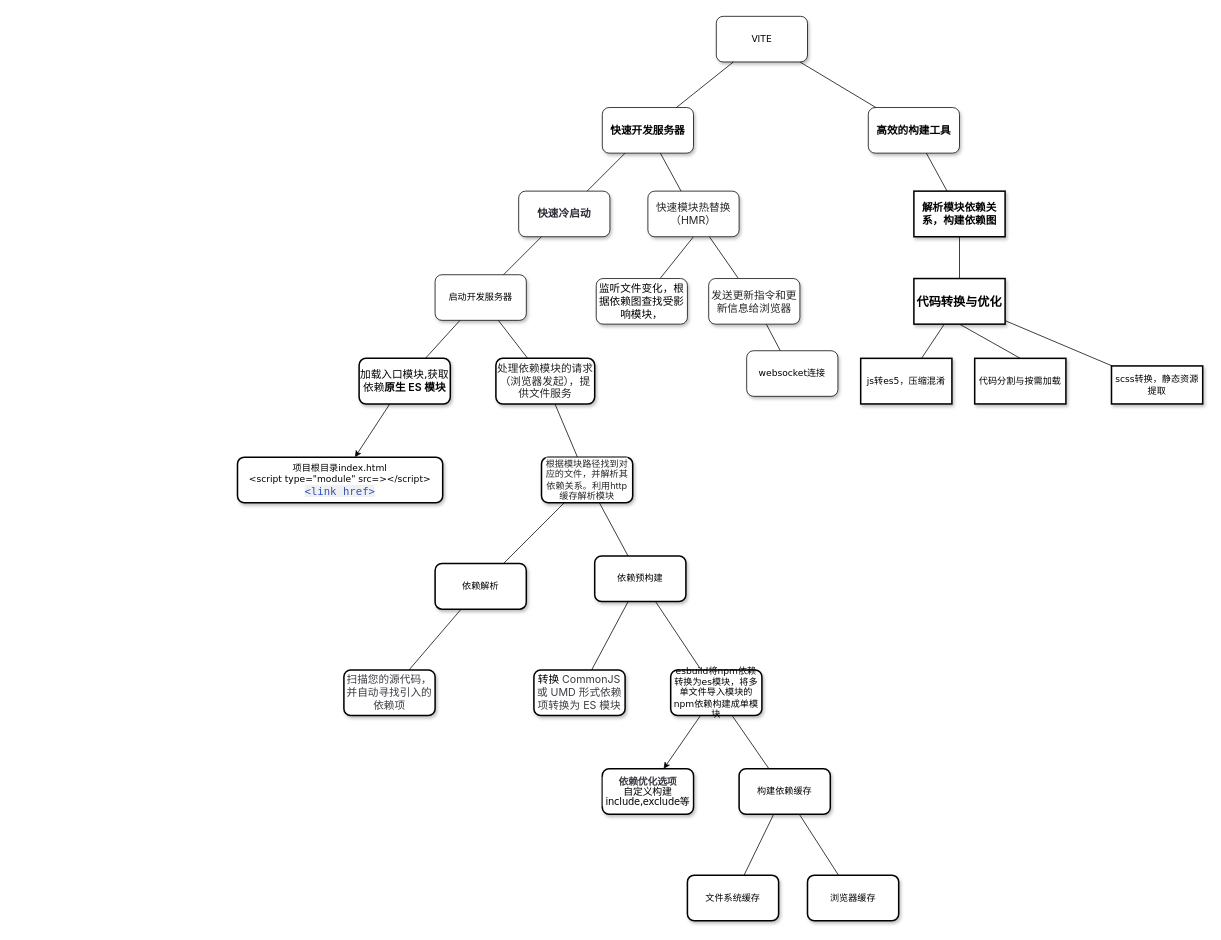
The draw.io diagram 未命名绘图.drawio in siyuejiwang/tools, before the edit. Source tidied: cells renumbered, new cells numbered last; positions are measured from the earlier drawing's top-left corner, leaving out a move shared by most shapes. Both pictures are drawn from the tidied source at 76%, with x=0, y=0 at pixel (237, 16).
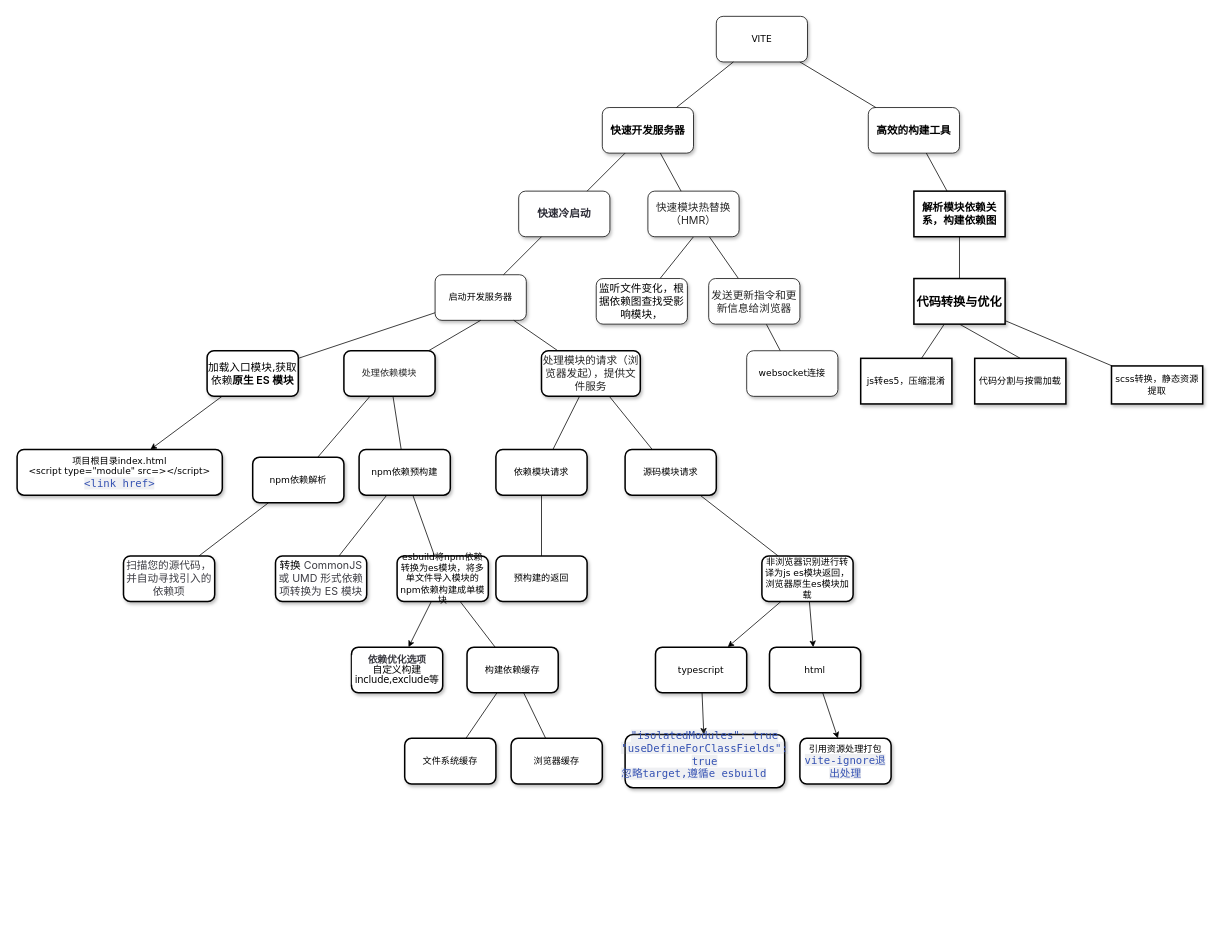
The same diagram, later.

Commit message:
更新未命名绘图.drawio

The change refers to these unchanged cells:
```xml
<mxCell id="13" value="&lt;span&gt;启动开发服务器&lt;/span&gt;" style="whiteSpace=wrap;html=1;rounded=1;shadow=1;labelBackgroundColor=none;strokeWidth=1;fontFamily=Verdana;fontSize=12;align=center;" parent="1" vertex="1">
  <mxGeometry x="260" y="340" width="120" height="60" as="geometry" />
</mxCell>
```

The edit, as a diff of the source:
```diff
@@
     <mxCell id="19" value="&lt;font style=&quot;font-size: 14px;&quot;&gt;加载入口模块,获取依赖&lt;span style=&quot;-webkit-font-smoothing: antialiased; box-sizing: border-box; -webkit-tap-highlight-color: rgba(0, 0, 0, 0); font-weight: 600; color: initial; line-height: var(--md-box-samantha-normal-text-line-height); overflow-anchor: auto; font-family: Inter, -apple-system, &amp;quot;system-ui&amp;quot;, &amp;quot;Segoe UI&amp;quot;, &amp;quot;SF Pro SC&amp;quot;, &amp;quot;SF Pro Display&amp;quot;, &amp;quot;SF Pro Icons&amp;quot;, &amp;quot;PingFang SC&amp;quot;, &amp;quot;Hiragino Sans GB&amp;quot;, &amp;quot;Microsoft YaHei&amp;quot;, &amp;quot;Helvetica Neue&amp;quot;, Helvetica, Arial, sans-serif; text-align: left; background-color: rgb(255, 255, 255);&quot;&gt;原生 ES 模块&lt;/span&gt;&lt;/font&gt;" style="whiteSpace=wrap;html=1;rounded=1;shadow=1;labelBackgroundColor=none;strokeWidth=2;fontFamily=Verdana;fontSize=12;align=center;" parent="1" vertex="1">
-      <mxGeometry x="160" y="450" width="120" height="60" as="geometry" />
+      <mxGeometry x="-40" y="440" width="120" height="60" as="geometry" />
     </mxCell>
-    <mxCell id="20" style="rounded=0;jettySize=auto;html=1;endArrow=none;endFill=0;" parent="1" edge="1" source="21" target="26">
+    <mxCell id="20" style="rounded=0;jettySize=auto;html=1;endArrow=none;endFill=0;exitX=0.5;exitY=1;exitDx=0;exitDy=0;" parent="1" edge="1" source="13" target="26">
       <mxGeometry relative="1" as="geometry" />
     </mxCell>
+    <mxCell id="55" style="rounded=0;jettySize=auto;html=1;endArrow=none;endFill=0;" parent="1" edge="1" source="21" target="58">
+      <mxGeometry relative="1" as="geometry" />
+    </mxCell>
+    <mxCell id="56" style="rounded=0;jettySize=auto;html=1;endArrow=none;endFill=0;" parent="1" edge="1" source="21" target="60">
+      <mxGeometry relative="1" as="geometry" />
+    </mxCell>
-    <mxCell id="21" value="&lt;span style=&quot;color: rgba(0, 0, 0, 0.85); font-family: Inter, -apple-system, &amp;quot;system-ui&amp;quot;, &amp;quot;Segoe UI&amp;quot;, &amp;quot;SF Pro SC&amp;quot;, &amp;quot;SF Pro Display&amp;quot;, &amp;quot;SF Pro Icons&amp;quot;, &amp;quot;PingFang SC&amp;quot;, &amp;quot;Hiragino Sans GB&amp;quot;, &amp;quot;Microsoft YaHei&amp;quot;, &amp;quot;Helvetica Neue&amp;quot;, Helvetica, Arial, sans-serif; text-align: left; background-color: rgb(255, 255, 255);&quot;&gt;&lt;font style=&quot;font-size: 14px;&quot;&gt;处理依赖模块的请求（浏览器发起），提供文件服务&lt;/font&gt;&lt;/span&gt;" style="whiteSpace=wrap;html=1;rounded=1;shadow=1;labelBackgroundColor=none;strokeWidth=2;fontFamily=Verdana;fontSize=12;align=center;" parent="1" vertex="1">
-      <mxGeometry x="340" y="450" width="130" height="60" as="geometry" />
+    <mxCell id="21" value="&lt;span style=&quot;color: rgba(0, 0, 0, 0.85); font-family: Inter, -apple-system, &amp;quot;system-ui&amp;quot;, &amp;quot;Segoe UI&amp;quot;, &amp;quot;SF Pro SC&amp;quot;, &amp;quot;SF Pro Display&amp;quot;, &amp;quot;SF Pro Icons&amp;quot;, &amp;quot;PingFang SC&amp;quot;, &amp;quot;Hiragino Sans GB&amp;quot;, &amp;quot;Microsoft YaHei&amp;quot;, &amp;quot;Helvetica Neue&amp;quot;, Helvetica, Arial, sans-serif; text-align: left; background-color: rgb(255, 255, 255);&quot;&gt;&lt;font style=&quot;font-size: 14px;&quot;&gt;处理模块的请求（浏览器发起），提供文件服务&lt;/font&gt;&lt;/span&gt;" style="whiteSpace=wrap;html=1;rounded=1;shadow=1;labelBackgroundColor=none;strokeWidth=2;fontFamily=Verdana;fontSize=12;align=center;" parent="1" vertex="1">
+      <mxGeometry x="400" y="440" width="130" height="60" as="geometry" />
     </mxCell>
@@
-    <mxCell id="26" value="&lt;span style=&quot;color: rgba(0, 0, 0, 0.85); font-family: Inter, -apple-system, &amp;quot;system-ui&amp;quot;, &amp;quot;Segoe UI&amp;quot;, &amp;quot;SF Pro SC&amp;quot;, &amp;quot;SF Pro Display&amp;quot;, &amp;quot;SF Pro Icons&amp;quot;, &amp;quot;PingFang SC&amp;quot;, &amp;quot;Hiragino Sans GB&amp;quot;, &amp;quot;Microsoft YaHei&amp;quot;, &amp;quot;Helvetica Neue&amp;quot;, Helvetica, Arial, sans-serif; text-align: left; background-color: rgb(255, 255, 255);&quot;&gt;&lt;font style=&quot;font-size: 12px;&quot;&gt;根据模块路径找到对应的文件，并解析其依赖关系。利用http缓存解析模块&lt;/font&gt;&lt;/span&gt;" style="whiteSpace=wrap;html=1;fontFamily=Verdana;rounded=1;shadow=1;labelBackgroundColor=none;strokeWidth=2;" parent="1" vertex="1">
-      <mxGeometry x="400" y="580" width="120" height="60" as="geometry" />
+    <mxCell id="26" value="&lt;span style=&quot;color: rgba(0, 0, 0, 0.85); font-family: Inter, -apple-system, &amp;quot;system-ui&amp;quot;, &amp;quot;Segoe UI&amp;quot;, &amp;quot;SF Pro SC&amp;quot;, &amp;quot;SF Pro Display&amp;quot;, &amp;quot;SF Pro Icons&amp;quot;, &amp;quot;PingFang SC&amp;quot;, &amp;quot;Hiragino Sans GB&amp;quot;, &amp;quot;Microsoft YaHei&amp;quot;, &amp;quot;Helvetica Neue&amp;quot;, Helvetica, Arial, sans-serif; text-align: left; background-color: rgb(255, 255, 255);&quot;&gt;&lt;font style=&quot;font-size: 12px;&quot;&gt;处理依赖模块&lt;/font&gt;&lt;/span&gt;" style="whiteSpace=wrap;html=1;fontFamily=Verdana;rounded=1;shadow=1;labelBackgroundColor=none;strokeWidth=2;" parent="1" vertex="1">
+      <mxGeometry x="140" y="440" width="120" height="60" as="geometry" />
     </mxCell>
@@
     <mxCell id="38" value="项目根目录index.html&lt;div&gt;&amp;lt;script type=&quot;module&quot; src=&amp;gt;&amp;lt;/script&amp;gt;&lt;/div&gt;&lt;div&gt;&lt;span style=&quot;color: rgb(52, 81, 178); font-family: ui-monospace, Menlo, Monaco, Consolas, &amp;quot;Liberation Mono&amp;quot;, &amp;quot;Courier New&amp;quot;, monospace; font-size: 14px; text-align: start; background-color: rgba(142, 150, 170, 0.14);&quot;&gt;&amp;lt;link href&amp;gt;&lt;/span&gt;&lt;/div&gt;" style="whiteSpace=wrap;html=1;fontFamily=Verdana;rounded=1;shadow=1;labelBackgroundColor=none;strokeWidth=2;" parent="1" vertex="1">
-      <mxGeometry y="580" width="270" height="60" as="geometry" />
+      <mxGeometry x="-290" y="570" width="270" height="60" as="geometry" />
     </mxCell>
@@
-    <mxCell id="41" value="依赖预构建" style="whiteSpace=wrap;html=1;fontFamily=Verdana;rounded=1;shadow=1;labelBackgroundColor=none;strokeWidth=2;" parent="1" vertex="1">
-      <mxGeometry x="470" y="710" width="120" height="60" as="geometry" />
+    <mxCell id="41" value="npm依赖预构建" style="whiteSpace=wrap;html=1;fontFamily=Verdana;rounded=1;shadow=1;labelBackgroundColor=none;strokeWidth=2;" parent="1" vertex="1">
+      <mxGeometry x="160" y="570" width="120" height="60" as="geometry" />
     </mxCell>
@@
-    <mxCell id="43" value="依赖解析" style="whiteSpace=wrap;html=1;fontFamily=Verdana;rounded=1;shadow=1;labelBackgroundColor=none;strokeWidth=2;" parent="1" vertex="1">
-      <mxGeometry x="260" y="720" width="120" height="60" as="geometry" />
+    <mxCell id="43" value="npm依赖解析" style="whiteSpace=wrap;html=1;fontFamily=Verdana;rounded=1;shadow=1;labelBackgroundColor=none;strokeWidth=2;" parent="1" vertex="1">
+      <mxGeometry x="20" y="580" width="120" height="60" as="geometry" />
     </mxCell>
     <mxCell id="44" value="转换&lt;span style=&quot;color: rgb(60, 60, 67); font-family: &amp;quot;Punctuation SC&amp;quot;, Inter, ui-sans-serif, system-ui, sans-serif, &amp;quot;Apple Color Emoji&amp;quot;, &amp;quot;Segoe UI Emoji&amp;quot;, &amp;quot;Segoe UI Symbol&amp;quot;, &amp;quot;Noto Color Emoji&amp;quot;; font-size: 14px; text-align: left; background-color: rgb(255, 255, 255);&quot;&gt;&amp;nbsp;CommonJS 或 UMD 形式依赖项转换为 ES 模块&lt;/span&gt;" style="whiteSpace=wrap;html=1;fontFamily=Verdana;rounded=1;shadow=1;labelBackgroundColor=none;strokeWidth=2;fontSize=14;" parent="1" vertex="1">
-      <mxGeometry x="390" y="860" width="120" height="60" as="geometry" />
+      <mxGeometry x="50" y="710" width="120" height="60" as="geometry" />
     </mxCell>
@@
     <mxCell id="47" value="esbuild将npm依赖转换为es模块，将多单文件导入模块的npm依赖构建成单模块" style="whiteSpace=wrap;html=1;fontFamily=Verdana;rounded=1;shadow=1;labelBackgroundColor=none;strokeWidth=2;" parent="1" vertex="1">
-      <mxGeometry x="570" y="860" width="120" height="60" as="geometry" />
+      <mxGeometry x="210" y="710" width="120" height="60" as="geometry" />
     </mxCell>
@@
     <mxCell id="50" value="构建依赖缓存" style="whiteSpace=wrap;html=1;fontFamily=Verdana;rounded=1;shadow=1;labelBackgroundColor=none;strokeWidth=2;" parent="1" vertex="1">
-      <mxGeometry x="660" y="990" width="120" height="60" as="geometry" />
+      <mxGeometry x="302" y="830" width="120" height="60" as="geometry" />
     </mxCell>
     <mxCell id="51" value="文件系统缓存" style="whiteSpace=wrap;html=1;fontFamily=Verdana;rounded=1;shadow=1;labelBackgroundColor=none;strokeWidth=2;" parent="1" vertex="1">
-      <mxGeometry x="592" y="1130" width="120" height="60" as="geometry" />
+      <mxGeometry x="220" y="950" width="120" height="60" as="geometry" />
     </mxCell>
     <mxCell id="52" value="浏览器缓存" style="whiteSpace=wrap;html=1;fontFamily=Verdana;rounded=1;shadow=1;labelBackgroundColor=none;strokeWidth=2;" parent="1" vertex="1">
-      <mxGeometry x="750" y="1130" width="120" height="60" as="geometry" />
+      <mxGeometry x="360" y="950" width="120" height="60" as="geometry" />
     </mxCell>
     <mxCell id="53" value="&lt;h1 style=&quot;box-sizing: border-box; margin: 0px; line-height: 100%; overflow-wrap: break-word; position: relative; outline: none; letter-spacing: -0.02em; color: rgb(60, 60, 67); font-family: &amp;quot;Punctuation SC&amp;quot;, Inter, ui-sans-serif, system-ui, sans-serif, &amp;quot;Apple Color Emoji&amp;quot;, &amp;quot;Segoe UI Emoji&amp;quot;, &amp;quot;Segoe UI Symbol&amp;quot;, &amp;quot;Noto Color Emoji&amp;quot;; background-color: rgb(255, 255, 255); font-size: 13px;&quot; tabindex=&quot;-1&quot; id=&quot;dep-optimization-options&quot;&gt;&lt;font style=&quot;font-size: 13px;&quot;&gt;依赖优化选项&lt;/font&gt;&lt;/h1&gt;&lt;h1 style=&quot;box-sizing: border-box; margin: 0px; line-height: 100%; overflow-wrap: break-word; position: relative; outline: none; letter-spacing: -0.02em; color: rgb(60, 60, 67); font-family: &amp;quot;Punctuation SC&amp;quot;, Inter, ui-sans-serif, system-ui, sans-serif, &amp;quot;Apple Color Emoji&amp;quot;, &amp;quot;Segoe UI Emoji&amp;quot;, &amp;quot;Segoe UI Symbol&amp;quot;, &amp;quot;Noto Color Emoji&amp;quot;; background-color: rgb(255, 255, 255); font-size: 13px;&quot; tabindex=&quot;-1&quot; id=&quot;dep-optimization-options&quot;&gt;&lt;span style=&quot;background-color: initial; color: rgb(0, 0, 0); font-family: Verdana; font-weight: normal;&quot;&gt;&lt;font style=&quot;font-size: 13px;&quot;&gt;自定义构建include,exclude等&lt;/font&gt;&lt;/span&gt;&lt;/h1&gt;" style="whiteSpace=wrap;html=1;fontFamily=Verdana;rounded=1;shadow=1;labelBackgroundColor=none;strokeWidth=2;fontSize=14;align=center;" parent="1" vertex="1">
-      <mxGeometry x="480" y="990" width="120" height="60" as="geometry" />
+      <mxGeometry x="150" y="830" width="120" height="60" as="geometry" />
     </mxCell>
     <mxCell id="54" value="&lt;span style=&quot;color: rgb(60, 60, 67); font-family: &amp;quot;Punctuation SC&amp;quot;, Inter, ui-sans-serif, system-ui, sans-serif, &amp;quot;Apple Color Emoji&amp;quot;, &amp;quot;Segoe UI Emoji&amp;quot;, &amp;quot;Segoe UI Symbol&amp;quot;, &amp;quot;Noto Color Emoji&amp;quot;; font-size: 14px; text-align: start; background-color: rgb(255, 255, 255);&quot;&gt;扫描您的源代码，并自动寻找引入的依赖项&lt;/span&gt;" style="whiteSpace=wrap;html=1;fontFamily=Verdana;rounded=1;shadow=1;labelBackgroundColor=none;strokeWidth=2;fontSize=14;" parent="1" vertex="1">
-      <mxGeometry x="140" y="860" width="120" height="60" as="geometry" />
+      <mxGeometry x="-150" y="710" width="120" height="60" as="geometry" />
     </mxCell>
+    <mxCell id="57" style="rounded=0;jettySize=auto;html=1;endArrow=none;endFill=0;" parent="1" edge="1" source="58" target="64">
+      <mxGeometry relative="1" as="geometry" />
+    </mxCell>
+    <mxCell id="58" value="依赖模块请求" style="whiteSpace=wrap;html=1;fontFamily=Verdana;rounded=1;shadow=1;labelBackgroundColor=none;strokeWidth=2;" parent="1" vertex="1">
+      <mxGeometry x="340" y="570" width="120" height="60" as="geometry" />
+    </mxCell>
+    <mxCell id="59" style="rounded=0;jettySize=auto;html=1;endArrow=none;endFill=0;" parent="1" edge="1" source="60" target="63">
+      <mxGeometry relative="1" as="geometry" />
+    </mxCell>
+    <mxCell id="60" value="源码模块请求" style="whiteSpace=wrap;html=1;fontFamily=Verdana;rounded=1;shadow=1;labelBackgroundColor=none;strokeWidth=2;" parent="1" vertex="1">
+      <mxGeometry x="510" y="570" width="120" height="60" as="geometry" />
+    </mxCell>
+    <mxCell id="61" style="rounded=0;jettySize=auto;html=1;" parent="1" edge="1" source="63" target="66">
+      <mxGeometry relative="1" as="geometry" />
+    </mxCell>
+    <mxCell id="62" style="rounded=0;jettySize=auto;html=1;" parent="1" edge="1" source="63" target="68">
+      <mxGeometry relative="1" as="geometry" />
+    </mxCell>
+    <mxCell id="63" value="非浏览器识别进行转译为js es模块返回，浏览器原生es模块加载" style="whiteSpace=wrap;html=1;fontFamily=Verdana;rounded=1;shadow=1;labelBackgroundColor=none;strokeWidth=2;" parent="1" vertex="1">
+      <mxGeometry x="690" y="710" width="120" height="60" as="geometry" />
+    </mxCell>
+    <mxCell id="64" value="预构建的返回" style="whiteSpace=wrap;html=1;fontFamily=Verdana;rounded=1;shadow=1;labelBackgroundColor=none;strokeWidth=2;" parent="1" vertex="1">
+      <mxGeometry x="340" y="710" width="120" height="60" as="geometry" />
+    </mxCell>
+    <mxCell id="65" style="rounded=0;jettySize=auto;html=1;" parent="1" edge="1" source="66" target="69">
+      <mxGeometry relative="1" as="geometry" />
+    </mxCell>
+    <mxCell id="66" value="typescript" style="whiteSpace=wrap;html=1;fontFamily=Verdana;rounded=1;shadow=1;labelBackgroundColor=none;strokeWidth=2;" parent="1" vertex="1">
+      <mxGeometry x="550" y="830" width="120" height="60" as="geometry" />
+    </mxCell>
+    <mxCell id="67" style="rounded=0;jettySize=auto;html=1;" parent="1" edge="1" source="68" target="70">
+      <mxGeometry relative="1" as="geometry" />
+    </mxCell>
+    <mxCell id="68" value="html" style="whiteSpace=wrap;html=1;fontFamily=Verdana;rounded=1;shadow=1;labelBackgroundColor=none;strokeWidth=2;" parent="1" vertex="1">
+      <mxGeometry x="700" y="830" width="120" height="60" as="geometry" />
+    </mxCell>
+    <mxCell id="69" value="&lt;span style=&quot;color: rgb(52, 81, 178); font-family: ui-monospace, Menlo, Monaco, Consolas, &amp;quot;Liberation Mono&amp;quot;, &amp;quot;Courier New&amp;quot;, monospace; font-size: 14px; text-align: start; background-color: rgba(142, 150, 170, 0.14);&quot;&gt;&quot;isolatedModules&quot;: true&lt;/span&gt;&lt;div&gt;&lt;span style=&quot;color: rgb(52, 81, 178); font-family: ui-monospace, Menlo, Monaco, Consolas, &amp;quot;Liberation Mono&amp;quot;, &amp;quot;Courier New&amp;quot;, monospace; font-size: 14px; text-align: start; background-color: rgba(142, 150, 170, 0.14);&quot;&gt;&quot;useDefineForClassFields&quot;: true&lt;/span&gt;&lt;span style=&quot;color: rgb(52, 81, 178); font-family: ui-monospace, Menlo, Monaco, Consolas, &amp;quot;Liberation Mono&amp;quot;, &amp;quot;Courier New&amp;quot;, monospace; font-size: 14px; text-align: start; background-color: rgba(142, 150, 170, 0.14);&quot;&gt;&lt;/span&gt;&lt;/div&gt;&lt;div style=&quot;text-align: start;&quot;&gt;&lt;font face=&quot;ui-monospace, Menlo, Monaco, Consolas, Liberation Mono, Courier New, monospace&quot; color=&quot;#3451b2&quot;&gt;&lt;span style=&quot;font-size: 14px; background-color: rgba(142, 150, 170, 0.14);&quot;&gt;忽略target,遵循e esbuild&lt;/span&gt;&lt;/font&gt;&lt;/div&gt;&lt;div&gt;&lt;span style=&quot;color: rgb(52, 81, 178); font-family: ui-monospace, Menlo, Monaco, Consolas, &amp;quot;Liberation Mono&amp;quot;, &amp;quot;Courier New&amp;quot;, monospace; font-size: 14px; text-align: start; background-color: rgba(142, 150, 170, 0.14);&quot;&gt;&lt;br&gt;&lt;/span&gt;&lt;/div&gt;" style="whiteSpace=wrap;html=1;fontFamily=Verdana;rounded=1;shadow=1;labelBackgroundColor=none;strokeWidth=2;" parent="1" vertex="1">
+      <mxGeometry x="510" y="945" width="210" height="70" as="geometry" />
+    </mxCell>
+    <mxCell id="70" value="引用资源处理打包&lt;div&gt;&lt;span style=&quot;color: rgb(52, 81, 178); font-family: ui-monospace, Menlo, Monaco, Consolas, &amp;quot;Liberation Mono&amp;quot;, &amp;quot;Courier New&amp;quot;, monospace; font-size: 14px; text-align: start; background-color: rgba(142, 150, 170, 0.14);&quot;&gt;vite-ignore退出处理&lt;/span&gt;&lt;/div&gt;" style="whiteSpace=wrap;html=1;fontFamily=Verdana;rounded=1;shadow=1;labelBackgroundColor=none;strokeWidth=2;" parent="1" vertex="1">
+      <mxGeometry x="740" y="950" width="120" height="60" as="geometry" />
+    </mxCell>
```
